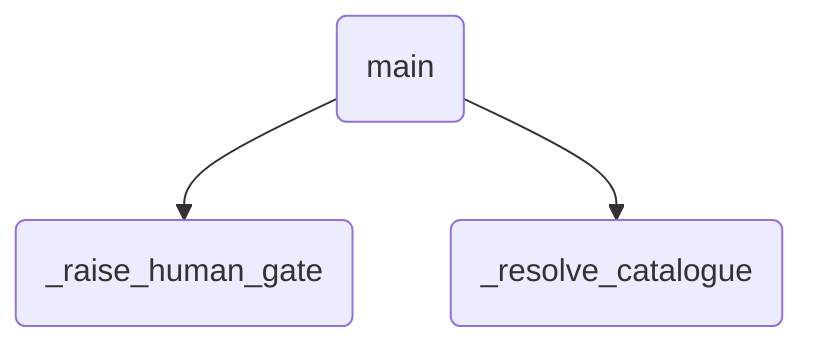
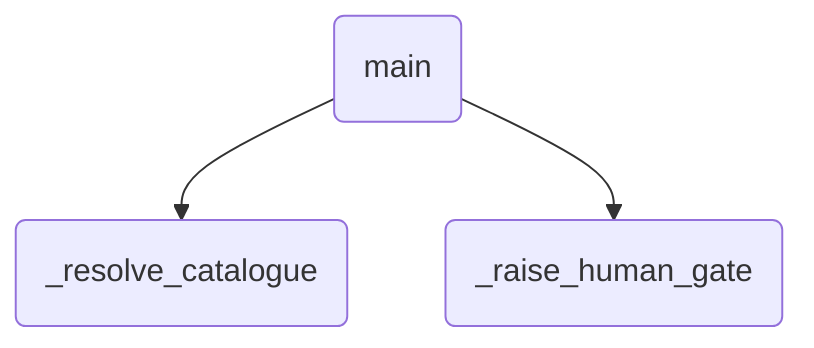
%% AUTO-GENERATED by `uipath init`. Do not edit manually.
%% Regenerated on every `uipath init`.
flowchart TB
-   main.py:81(main)
-   main.py:57(_raise_human_gate)
-   main.py:44(_resolve_catalogue)
-   main.py:81 --> main.py:57
-   main.py:81 --> main.py:44
+   main.py:107(main)
+   main.py:47(_resolve_catalogue)
+   main.py:92(_raise_human_gate)
+   main.py:107 --> main.py:47
+   main.py:107 --> main.py:92
